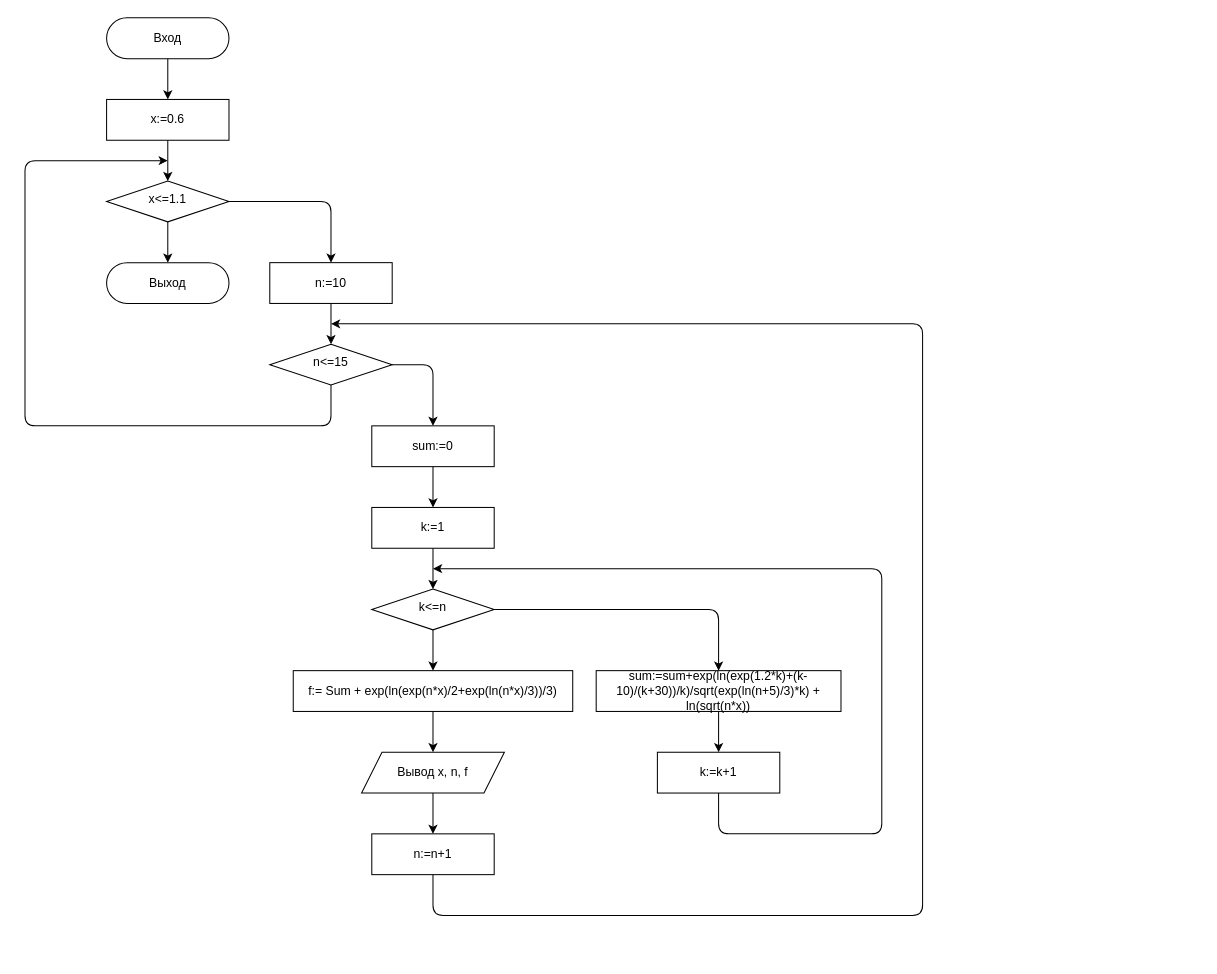
Earlier version of the draw.io diagram Диаграмма без названия.drawio (Hummel009/Game-of-Thrones). Source tidied: cells renumbered, new cells numbered last; positions are measured from the earlier drawing's top-left corner, leaving out a move shared by most shapes. Both pictures are drawn from the tidied source at 102%, with x=0, y=0 at pixel (24, 17).
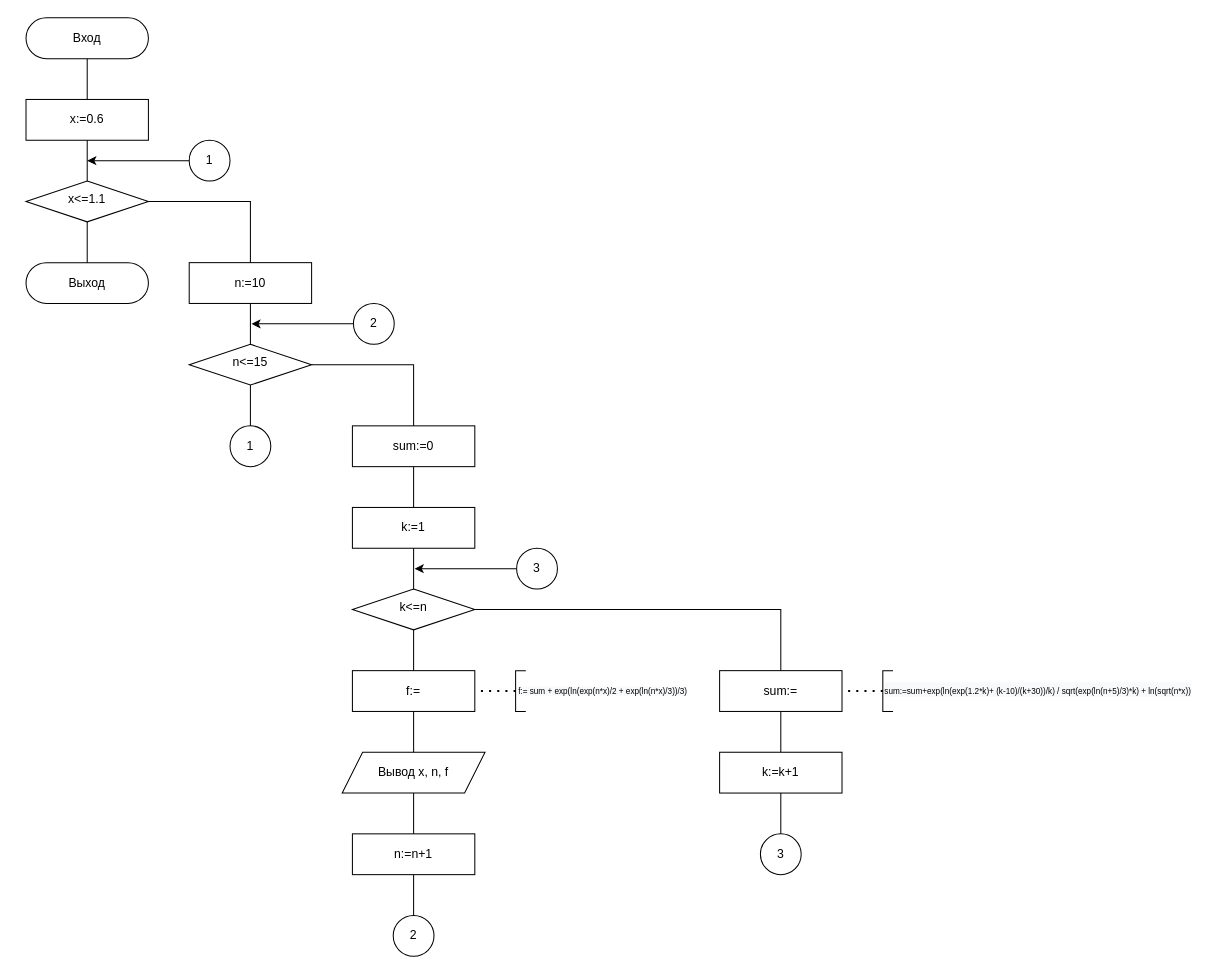
The same page after the edit.

The edit, as a diff of the source:
```diff
@@
     <mxCell id="2" value="Вход" style="rounded=1;whiteSpace=wrap;html=1;fontSize=12;glass=0;strokeWidth=1;shadow=0;arcSize=50;" parent="1" vertex="1">
-      <mxGeometry x="80" width="120" height="40" as="geometry" />
+      <mxGeometry x="1" width="120" height="40" as="geometry" />
     </mxCell>
     <mxCell id="3" value="x&amp;lt;=1.1" style="rhombus;whiteSpace=wrap;html=1;shadow=0;fontFamily=Helvetica;fontSize=12;align=center;strokeWidth=1;spacing=6;spacingTop=-4;" parent="1" vertex="1">
-      <mxGeometry x="80" y="160" width="120" height="40" as="geometry" />
+      <mxGeometry x="1" y="160" width="120" height="40" as="geometry" />
     </mxCell>
-    <mxCell id="4" style="endArrow=classic;html=1;exitX=0.5;exitY=1;exitDx=0;exitDy=0;" parent="1" edge="1" source="2">
-      <mxGeometry relative="1" as="geometry">
-        <mxPoint x="140" y="80" as="targetPoint" />
-      </mxGeometry>
-    </mxCell>
     <mxCell id="5" value="x:=0.6" style="rounded=0;whiteSpace=wrap;html=1;" parent="1" vertex="1">
-      <mxGeometry x="80" y="80" width="120" height="40" as="geometry" />
+      <mxGeometry x="1" y="80" width="120" height="40" as="geometry" />
     </mxCell>
-    <mxCell id="6" style="endArrow=classic;html=1;exitX=0.5;exitY=1;exitDx=0;exitDy=0;entryX=0.5;entryY=0;entryDx=0;entryDy=0;" parent="1" edge="1" source="5" target="3">
-      <mxGeometry relative="1" as="geometry" />
-    </mxCell>
-    <mxCell id="7" style="endArrow=classic;html=1;exitX=0.5;exitY=1;exitDx=0;exitDy=0;" parent="1" edge="1" source="3">
-      <mxGeometry relative="1" as="geometry">
-        <mxPoint x="140" y="240" as="targetPoint" />
-      </mxGeometry>
-    </mxCell>
     <mxCell id="8" value="Выход" style="rounded=1;whiteSpace=wrap;html=1;fontSize=12;glass=0;strokeWidth=1;shadow=0;arcSize=50;" parent="1" vertex="1">
-      <mxGeometry x="80" y="240" width="120" height="40" as="geometry" />
+      <mxGeometry x="1" y="240" width="120" height="40" as="geometry" />
     </mxCell>
-    <mxCell id="9" style="endArrow=classic;html=1;exitX=1;exitY=0.5;exitDx=0;exitDy=0;" parent="1" edge="1" source="3">
-      <mxGeometry relative="1" as="geometry">
-        <mxPoint x="300" y="240" as="targetPoint" />
-        <Array as="points">
-          <mxPoint x="300" y="180" />
-        </Array>
-      </mxGeometry>
-    </mxCell>
     <mxCell id="10" value="n:=10" style="rounded=0;whiteSpace=wrap;html=1;" parent="1" vertex="1">
-      <mxGeometry x="240" y="240" width="120" height="40" as="geometry" />
+      <mxGeometry x="161" y="240" width="120" height="40" as="geometry" />
     </mxCell>
     <mxCell id="11" value="n&amp;lt;=15" style="rhombus;whiteSpace=wrap;html=1;shadow=0;fontFamily=Helvetica;fontSize=12;align=center;strokeWidth=1;spacing=6;spacingTop=-4;" parent="1" vertex="1">
-      <mxGeometry x="240" y="320" width="120" height="40" as="geometry" />
+      <mxGeometry x="161" y="320" width="120" height="40" as="geometry" />
     </mxCell>
-    <mxCell id="12" style="endArrow=classic;html=1;exitX=0.5;exitY=1;exitDx=0;exitDy=0;entryX=0.5;entryY=0;entryDx=0;entryDy=0;" parent="1" edge="1" source="10" target="11">
-      <mxGeometry relative="1" as="geometry" />
-    </mxCell>
-    <mxCell id="13" style="endArrow=classic;html=1;exitX=0.5;exitY=1;exitDx=0;exitDy=0;" parent="1" edge="1" source="11">
-      <mxGeometry relative="1" as="geometry">
-        <mxPoint x="140" y="140" as="targetPoint" />
-        <Array as="points">
-          <mxPoint x="300" y="400" />
-          <mxPoint y="400" />
-          <mxPoint y="140" />
-        </Array>
-      </mxGeometry>
-    </mxCell>
-    <mxCell id="14" style="endArrow=classic;html=1;exitX=1;exitY=0.5;exitDx=0;exitDy=0;entryX=0.5;entryY=0;entryDx=0;entryDy=0;" parent="1" edge="1" target="15">
-      <mxGeometry relative="1" as="geometry">
-        <mxPoint x="360" y="340" as="sourcePoint" />
-        <Array as="points">
-          <mxPoint x="400" y="340" />
-        </Array>
-      </mxGeometry>
-    </mxCell>
     <mxCell id="15" value="sum:=0" style="rounded=0;whiteSpace=wrap;html=1;" parent="1" vertex="1">
-      <mxGeometry x="340" y="400" width="120" height="40" as="geometry" />
+      <mxGeometry x="321" y="400" width="120" height="40" as="geometry" />
     </mxCell>
     <mxCell id="16" value="k:=1" style="rounded=0;whiteSpace=wrap;html=1;" parent="1" vertex="1">
-      <mxGeometry x="340" y="480" width="120" height="40" as="geometry" />
+      <mxGeometry x="321" y="480" width="120" height="40" as="geometry" />
     </mxCell>
-    <mxCell id="17" style="endArrow=classic;html=1;exitX=0.5;exitY=1;exitDx=0;exitDy=0;entryX=0.5;entryY=0;entryDx=0;entryDy=0;" parent="1" edge="1" source="15" target="16">
-      <mxGeometry relative="1" as="geometry" />
-    </mxCell>
     <mxCell id="18" value="k&amp;lt;=n" style="rhombus;whiteSpace=wrap;html=1;shadow=0;fontFamily=Helvetica;fontSize=12;align=center;strokeWidth=1;spacing=6;spacingTop=-4;" parent="1" vertex="1">
-      <mxGeometry x="340" y="560" width="120" height="40" as="geometry" />
+      <mxGeometry x="321" y="560" width="120" height="40" as="geometry" />
     </mxCell>
-    <mxCell id="19" style="endArrow=classic;html=1;exitX=0.5;exitY=1;exitDx=0;exitDy=0;entryX=0.5;entryY=0;entryDx=0;entryDy=0;" parent="1" edge="1" source="16" target="18">
-      <mxGeometry relative="1" as="geometry" />
-    </mxCell>
-    <mxCell id="20" style="endArrow=classic;html=1;exitX=0.5;exitY=1;exitDx=0;exitDy=0;entryX=0.5;entryY=0;entryDx=0;entryDy=0;" parent="1" edge="1" source="18" target="22">
-      <mxGeometry relative="1" as="geometry" />
-    </mxCell>
-    <mxCell id="21" style="endArrow=classic;html=1;exitX=1;exitY=0.5;exitDx=0;exitDy=0;entryX=0.5;entryY=0;entryDx=0;entryDy=0;" parent="1" edge="1" source="18" target="23">
-      <mxGeometry relative="1" as="geometry">
-        <Array as="points">
-          <mxPoint x="680" y="580" />
-        </Array>
-      </mxGeometry>
-    </mxCell>
-    <mxCell id="22" value="f:= Sum + exp(ln(exp(n*x)/2+exp(ln(n*x)/3))/3)" style="rounded=0;whiteSpace=wrap;html=1;" parent="1" vertex="1">
-      <mxGeometry x="263" y="640" width="274" height="40" as="geometry" />
+    <mxCell id="22" value="f:=" style="rounded=0;whiteSpace=wrap;html=1;" parent="1" vertex="1">
+      <mxGeometry x="321" y="640" width="120" height="40" as="geometry" />
     </mxCell>
-    <mxCell id="23" value="sum:=sum+exp(ln(exp(1.2*k)+(k-10)/(k+30))/k)/sqrt(exp(ln(n+5)/3)*k) + ln(sqrt(n*x))" style="rounded=0;whiteSpace=wrap;html=1;" parent="1" vertex="1">
-      <mxGeometry x="560" y="640" width="240" height="40" as="geometry" />
+    <mxCell id="23" value="sum:=" style="rounded=0;whiteSpace=wrap;html=1;" parent="1" vertex="1">
+      <mxGeometry x="681" y="640" width="120" height="40" as="geometry" />
     </mxCell>
     <mxCell id="24" value="k:=k+1" style="rounded=0;whiteSpace=wrap;html=1;" parent="1" vertex="1">
-      <mxGeometry x="620" y="720" width="120" height="40" as="geometry" />
+      <mxGeometry x="681" y="720" width="120" height="40" as="geometry" />
     </mxCell>
-    <mxCell id="25" style="endArrow=classic;html=1;exitX=0.5;exitY=1;exitDx=0;exitDy=0;entryX=0.5;entryY=0;entryDx=0;entryDy=0;" parent="1" edge="1" source="23" target="24">
-      <mxGeometry relative="1" as="geometry" />
-    </mxCell>
     <mxCell id="26" value="Вывод x, n, f" style="shape=parallelogram;perimeter=parallelogramPerimeter;whiteSpace=wrap;html=1;fixedSize=1;" parent="1" vertex="1">
-      <mxGeometry x="330" y="720" width="140" height="40" as="geometry" />
+      <mxGeometry x="311" y="720" width="140" height="40" as="geometry" />
     </mxCell>
     <mxCell id="27" value="n:=n+1" style="rounded=0;whiteSpace=wrap;html=1;" parent="1" vertex="1">
-      <mxGeometry x="340" y="800" width="120" height="40" as="geometry" />
+      <mxGeometry x="321" y="800" width="120" height="40" as="geometry" />
     </mxCell>
-    <mxCell id="28" style="endArrow=classic;html=1;exitX=0.5;exitY=1;exitDx=0;exitDy=0;entryX=0.5;entryY=0;entryDx=0;entryDy=0;" parent="1" edge="1" source="22" target="26">
-      <mxGeometry relative="1" as="geometry" />
-    </mxCell>
-    <mxCell id="29" style="endArrow=classic;html=1;exitX=0.5;exitY=1;exitDx=0;exitDy=0;entryX=0.5;entryY=0;entryDx=0;entryDy=0;" parent="1" edge="1" source="26" target="27">
-      <mxGeometry relative="1" as="geometry" />
-    </mxCell>
-    <mxCell id="30" style="endArrow=classic;html=1;exitX=0.5;exitY=1;exitDx=0;exitDy=0;" parent="1" edge="1" source="24">
-      <mxGeometry relative="1" as="geometry">
-        <mxPoint x="400" y="540" as="targetPoint" />
-        <Array as="points">
-          <mxPoint x="680" y="800" />
-          <mxPoint x="840" y="800" />
-          <mxPoint x="840" y="540" />
-        </Array>
-      </mxGeometry>
-    </mxCell>
-    <mxCell id="31" style="endArrow=classic;html=1;exitX=0.5;exitY=1;exitDx=0;exitDy=0;" parent="1" edge="1" source="27">
-      <mxGeometry relative="1" as="geometry">
-        <mxPoint x="300" y="300" as="targetPoint" />
-        <Array as="points">
-          <mxPoint x="400" y="880" />
-          <mxPoint x="880" y="880" />
-          <mxPoint x="880" y="300" />
-        </Array>
-      </mxGeometry>
-    </mxCell>
+    <mxCell id="32" style="endArrow=none;dashed=1;html=1;dashPattern=1 3;strokeWidth=2;entryX=1;entryY=0.5;entryDx=0;entryDy=0;exitX=0;exitY=0.5;exitDx=0;exitDy=0;exitPerimeter=0;" parent="1" edge="1" source="35" target="22">
+      <mxGeometry relative="1" as="geometry" />
+    </mxCell>
+    <mxCell id="33" value="&lt;span style=&quot;color: rgb(0 , 0 , 0) ; font-family: &amp;#34;helvetica&amp;#34; ; font-size: 8px ; font-style: normal ; font-weight: 400 ; letter-spacing: normal ; text-align: center ; text-indent: 0px ; text-transform: none ; word-spacing: 0px ; background-color: rgb(248 , 249 , 250) ; display: inline ; float: none&quot;&gt;f:= sum + exp(ln(exp(n*x)/2 +&amp;nbsp;exp(ln(n*x)/3))/3)&lt;/span&gt;" style="text;whiteSpace=wrap;html=1;" parent="1" vertex="1">
+      <mxGeometry x="482" y="645" width="169" height="30" as="geometry" />
+    </mxCell>
+    <mxCell id="34" value="&lt;span style=&quot;color: rgb(0 , 0 , 0) ; font-family: &amp;#34;helvetica&amp;#34; ; font-style: normal ; font-weight: 400 ; letter-spacing: normal ; text-align: center ; text-indent: 0px ; text-transform: none ; word-spacing: 0px ; background-color: rgb(248 , 249 , 250) ; display: inline ; float: none&quot;&gt;&lt;font style=&quot;font-size: 8px&quot;&gt;sum:=sum+exp(ln(exp(1.2*k)+ (k-10)/(k+30))/k) / sqrt(exp(ln(n+5)/3)*k) + ln(sqrt(n*x))&lt;/font&gt;&lt;/span&gt;" style="text;whiteSpace=wrap;html=1;" parent="1" vertex="1">
+      <mxGeometry x="841" y="645" width="310" height="30" as="geometry" />
+    </mxCell>
+    <mxCell id="35" style="strokeWidth=1;html=1;shape=mxgraph.flowchart.annotation_1;align=left;" parent="1" vertex="1">
+      <mxGeometry x="481" y="640" width="10" height="40" as="geometry" />
+    </mxCell>
+    <mxCell id="36" style="strokeWidth=1;html=1;shape=mxgraph.flowchart.annotation_1;align=left;" parent="1" vertex="1">
+      <mxGeometry x="841" y="640" width="10" height="40" as="geometry" />
+    </mxCell>
+    <mxCell id="37" style="endArrow=none;dashed=1;html=1;dashPattern=1 3;strokeWidth=2;entryX=1;entryY=0.5;entryDx=0;entryDy=0;exitX=0;exitY=0.5;exitDx=0;exitDy=0;exitPerimeter=0;" parent="1" edge="1" source="36" target="23">
+      <mxGeometry relative="1" as="geometry" />
+    </mxCell>
+    <mxCell id="38" style="endArrow=classic;html=1;exitX=0;exitY=0.5;exitDx=0;exitDy=0;" parent="1" edge="1" source="39">
+      <mxGeometry relative="1" as="geometry">
+        <mxPoint x="222" y="300" as="targetPoint" />
+      </mxGeometry>
+    </mxCell>
+    <mxCell id="39" value="2" style="ellipse;whiteSpace=wrap;html=1;" parent="1" vertex="1">
+      <mxGeometry x="322" y="280" width="40" height="40" as="geometry" />
+    </mxCell>
+    <mxCell id="40" value="2" style="ellipse;whiteSpace=wrap;html=1;" parent="1" vertex="1">
+      <mxGeometry x="361" y="880" width="40" height="40" as="geometry" />
+    </mxCell>
+    <mxCell id="41" style="endArrow=classic;html=1;exitX=0;exitY=0.5;exitDx=0;exitDy=0;" parent="1" edge="1" source="43">
+      <mxGeometry relative="1" as="geometry">
+        <mxPoint x="382" y="540" as="targetPoint" />
+      </mxGeometry>
+    </mxCell>
+    <mxCell id="42" value="3" style="ellipse;whiteSpace=wrap;html=1;" parent="1" vertex="1">
+      <mxGeometry x="721" y="800" width="40" height="40" as="geometry" />
+    </mxCell>
+    <mxCell id="43" value="3" style="ellipse;whiteSpace=wrap;html=1;" parent="1" vertex="1">
+      <mxGeometry x="482" y="520" width="40" height="40" as="geometry" />
+    </mxCell>
+    <mxCell id="44" value="1" style="ellipse;whiteSpace=wrap;html=1;" parent="1" vertex="1">
+      <mxGeometry x="201" y="400" width="40" height="40" as="geometry" />
+    </mxCell>
+    <mxCell id="45" style="endArrow=classic;html=1;exitX=0;exitY=0.5;exitDx=0;exitDy=0;" parent="1" edge="1" source="46">
+      <mxGeometry relative="1" as="geometry">
+        <mxPoint x="61" y="140" as="targetPoint" />
+      </mxGeometry>
+    </mxCell>
+    <mxCell id="46" value="1" style="ellipse;whiteSpace=wrap;html=1;" parent="1" vertex="1">
+      <mxGeometry x="161" y="120" width="40" height="40" as="geometry" />
+    </mxCell>
+    <mxCell id="47" style="endArrow=none;html=1;exitX=0.5;exitY=1;exitDx=0;exitDy=0;entryX=0.5;entryY=0;entryDx=0;entryDy=0;" parent="1" edge="1" source="2" target="5">
+      <mxGeometry relative="1" as="geometry" />
+    </mxCell>
+    <mxCell id="6" style="endArrow=none;html=1;exitX=0.5;exitY=1;exitDx=0;exitDy=0;entryX=0.5;entryY=0;entryDx=0;entryDy=0;" parent="1" edge="1" source="5" target="3">
+      <mxGeometry relative="1" as="geometry" />
+    </mxCell>
+    <mxCell id="48" style="endArrow=none;html=1;exitX=1;exitY=0.5;exitDx=0;exitDy=0;entryX=0.5;entryY=0;entryDx=0;entryDy=0;rounded=0;" parent="1" edge="1" source="3" target="10">
+      <mxGeometry relative="1" as="geometry">
+        <Array as="points">
+          <mxPoint x="221" y="180" />
+        </Array>
+      </mxGeometry>
+    </mxCell>
+    <mxCell id="49" style="endArrow=none;html=1;exitX=0.5;exitY=1;exitDx=0;exitDy=0;entryX=0.5;entryY=0;entryDx=0;entryDy=0;" parent="1" edge="1" source="3" target="8">
+      <mxGeometry relative="1" as="geometry" />
+    </mxCell>
+    <mxCell id="50" style="endArrow=none;html=1;entryX=0.5;entryY=1;entryDx=0;entryDy=0;exitX=0.5;exitY=0;exitDx=0;exitDy=0;" parent="1" edge="1" source="11" target="10">
+      <mxGeometry relative="1" as="geometry" />
+    </mxCell>
+    <mxCell id="51" style="endArrow=none;html=1;entryX=0.5;entryY=1;entryDx=0;entryDy=0;exitX=0.5;exitY=0;exitDx=0;exitDy=0;" parent="1" edge="1" source="44" target="11">
+      <mxGeometry relative="1" as="geometry" />
+    </mxCell>
+    <mxCell id="52" style="endArrow=none;html=1;entryX=1;entryY=0.5;entryDx=0;entryDy=0;exitX=0.5;exitY=0;exitDx=0;exitDy=0;rounded=0;" parent="1" edge="1" source="15" target="11">
+      <mxGeometry relative="1" as="geometry">
+        <Array as="points">
+          <mxPoint x="381" y="340" />
+        </Array>
+      </mxGeometry>
+    </mxCell>
+    <mxCell id="53" style="endArrow=none;html=1;entryX=0.5;entryY=1;entryDx=0;entryDy=0;exitX=0.5;exitY=0;exitDx=0;exitDy=0;" parent="1" edge="1" source="16" target="15">
+      <mxGeometry relative="1" as="geometry" />
+    </mxCell>
+    <mxCell id="19" style="endArrow=none;html=1;exitX=0.5;exitY=1;exitDx=0;exitDy=0;entryX=0.5;entryY=0;entryDx=0;entryDy=0;" parent="1" edge="1" source="16" target="18">
+      <mxGeometry relative="1" as="geometry" />
+    </mxCell>
+    <mxCell id="54" style="endArrow=none;html=1;entryX=0.5;entryY=1;entryDx=0;entryDy=0;exitX=0.5;exitY=0;exitDx=0;exitDy=0;" parent="1" edge="1" source="22" target="18">
+      <mxGeometry relative="1" as="geometry" />
+    </mxCell>
+    <mxCell id="55" style="endArrow=none;html=1;entryX=0.5;entryY=1;entryDx=0;entryDy=0;exitX=0.5;exitY=0;exitDx=0;exitDy=0;" parent="1" edge="1" source="26" target="22">
+      <mxGeometry relative="1" as="geometry" />
+    </mxCell>
+    <mxCell id="56" style="endArrow=none;html=1;entryX=0.5;entryY=1;entryDx=0;entryDy=0;exitX=0.5;exitY=0;exitDx=0;exitDy=0;" parent="1" edge="1" source="27" target="26">
+      <mxGeometry relative="1" as="geometry" />
+    </mxCell>
+    <mxCell id="57" style="endArrow=none;html=1;exitX=0.5;exitY=0;exitDx=0;exitDy=0;entryX=0.5;entryY=1;entryDx=0;entryDy=0;" parent="1" edge="1" source="40" target="27">
+      <mxGeometry relative="1" as="geometry" />
+    </mxCell>
+    <mxCell id="21" style="endArrow=none;html=1;exitX=1;exitY=0.5;exitDx=0;exitDy=0;entryX=0.5;entryY=0;entryDx=0;entryDy=0;rounded=0;" parent="1" edge="1" source="18" target="23">
+      <mxGeometry relative="1" as="geometry">
+        <Array as="points">
+          <mxPoint x="741" y="580" />
+        </Array>
+      </mxGeometry>
+    </mxCell>
+    <mxCell id="58" style="endArrow=none;html=1;entryX=0.5;entryY=1;entryDx=0;entryDy=0;exitX=0.5;exitY=0;exitDx=0;exitDy=0;" parent="1" edge="1" source="24" target="23">
+      <mxGeometry relative="1" as="geometry" />
+    </mxCell>
+    <mxCell id="59" style="endArrow=none;html=1;exitX=0.5;exitY=0;exitDx=0;exitDy=0;entryX=0.5;entryY=1;entryDx=0;entryDy=0;" parent="1" edge="1" source="42" target="24">
+      <mxGeometry relative="1" as="geometry" />
+    </mxCell>
```
